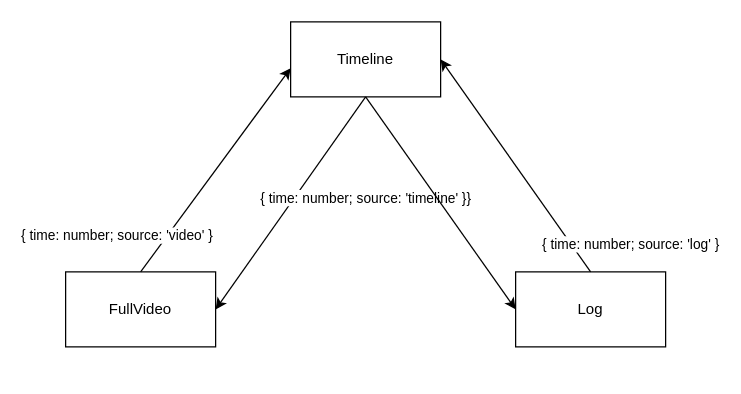
Above: Untitled Diagram.drawio in dedoyle/chart (draw.io), before the change. Source tidied: cells renumbered, new cells numbered last; positions are measured from the earlier drawing's top-left corner, leaving out a move shared by most shapes. Both pictures are drawn from the tidied source at 125%, with x=0, y=0 at pixel (65, 21).
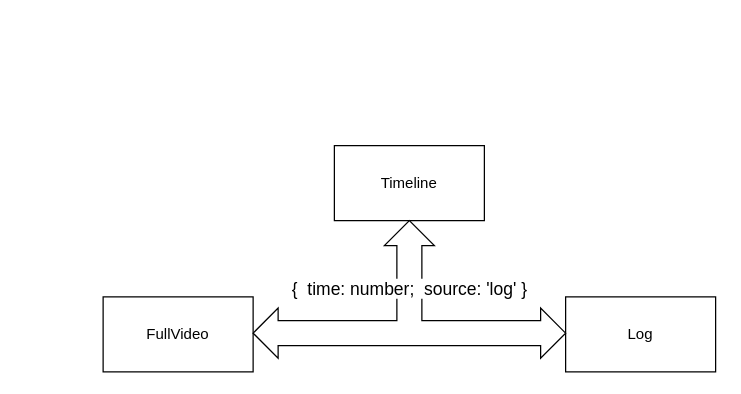
After the change.

The edit, as a diff of the source:
```diff
@@
 <mxGraphModel>
   <root>
     <mxCell id="0" />
     <mxCell id="1" parent="0" />
     <mxCell id="2" value="Timeline" style="rounded=0;whiteSpace=wrap;html=1;" parent="1" vertex="1">
-      <mxGeometry x="180" width="120" height="60" as="geometry" />
+      <mxGeometry x="215" y="99" width="120" height="60" as="geometry" />
     </mxCell>
     <mxCell id="3" value="FullVideo" style="rounded=0;whiteSpace=wrap;html=1;" parent="1" vertex="1">
-      <mxGeometry y="200" width="120" height="60" as="geometry" />
+      <mxGeometry x="30" y="220" width="120" height="60" as="geometry" />
     </mxCell>
     <mxCell id="4" value="Log" style="rounded=0;whiteSpace=wrap;html=1;" parent="1" vertex="1">
-      <mxGeometry x="360" y="200" width="120" height="60" as="geometry" />
+      <mxGeometry x="400" y="220" width="120" height="60" as="geometry" />
     </mxCell>
-    <mxCell id="5" style="endArrow=classic;html=1;rounded=0;exitX=0.5;exitY=0;exitDx=0;exitDy=0;entryX=0;entryY=0.617;entryDx=0;entryDy=0;entryPerimeter=0;" parent="1" edge="1" source="3" target="2">
-      <mxGeometry relative="1" as="geometry" />
-    </mxCell>
-    <mxCell id="6" value="{&amp;nbsp;time: number; source: 'video' }" style="edgeLabel;html=1;align=center;verticalAlign=middle;" parent="5" vertex="1">
-      <mxGeometry x="-0.28" relative="1" as="geometry">
-        <mxPoint x="-63" y="29" as="offset" />
-      </mxGeometry>
-    </mxCell>
-    <mxCell id="7" style="endArrow=classic;html=1;rounded=0;exitX=0.5;exitY=1;exitDx=0;exitDy=0;entryX=1;entryY=0.5;entryDx=0;entryDy=0;" parent="1" edge="1" source="2" target="3">
-      <mxGeometry relative="1" as="geometry" />
-    </mxCell>
-    <mxCell id="8" value="{ time: number; source: 'timeline' }}" style="edgeLabel;html=1;align=center;verticalAlign=middle;" parent="7" vertex="1">
-      <mxGeometry x="-0.12" relative="1" as="geometry">
-        <mxPoint x="53" y="5" as="offset" />
-      </mxGeometry>
-    </mxCell>
-    <mxCell id="9" style="endArrow=classic;html=1;rounded=0;entryX=0;entryY=0.5;entryDx=0;entryDy=0;exitX=0.5;exitY=1;exitDx=0;exitDy=0;" parent="1" edge="1" source="2" target="4">
-      <mxGeometry relative="1" as="geometry" />
-    </mxCell>
-    <mxCell id="10" style="endArrow=classic;html=1;rounded=0;exitX=0.5;exitY=0;exitDx=0;exitDy=0;entryX=1;entryY=0.5;entryDx=0;entryDy=0;" parent="1" edge="1" source="4" target="2">
-      <mxGeometry relative="1" as="geometry" />
-    </mxCell>
-    <mxCell id="11" value="{&amp;nbsp;time: number; source: 'log' }" style="edgeLabel;html=1;align=center;verticalAlign=middle;" parent="10" vertex="1">
-      <mxGeometry x="-0.73" y="1" relative="1" as="geometry">
-        <mxPoint x="48" as="offset" />
-      </mxGeometry>
+    <mxCell id="11" value="&lt;font style=&quot;font-size: 14px&quot;&gt;&lt;span style=&quot;text-align: left ; background-color: rgb(255 , 255 , 255)&quot;&gt;{&lt;/span&gt;&lt;span style=&quot;text-align: left ; background-color: rgb(255 , 255 , 255)&quot;&gt;&amp;nbsp; time: number;&lt;/span&gt;&lt;span style=&quot;text-align: left ; background-color: rgb(255 , 255 , 255)&quot;&gt;&amp;nbsp; source: 'log'&amp;nbsp;&lt;/span&gt;&lt;span style=&quot;text-align: left ; background-color: rgb(255 , 255 , 255)&quot;&gt;}&lt;/span&gt;&lt;/font&gt;" style="html=1;shadow=0;dashed=0;align=center;verticalAlign=middle;shape=mxgraph.arrows2.triadArrow;dy=10;dx=20;arrowHead=40;" parent="1" vertex="1">
+      <mxGeometry x="150" y="159" width="250" height="110" as="geometry" />
     </mxCell>
   </root>
 </mxGraphModel>
```
